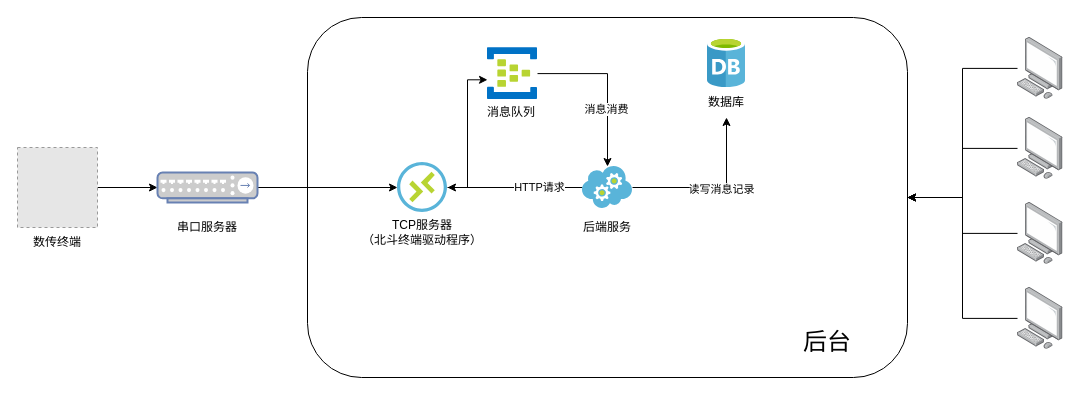
The draw.io diagram pages/北三双向通讯演示项目方案.drawio in D10NGYANG/draw.io, before the edit. Source tidied: cells renumbered, new cells numbered last; positions are measured from the earlier drawing's top-left corner, leaving out a move shared by most shapes. Both pictures are drawn from the tidied source at 100%, with x=0, y=0 at pixel (17, 17). Pictures stored in the file or linked from it are replaced by grey dashed boxes.
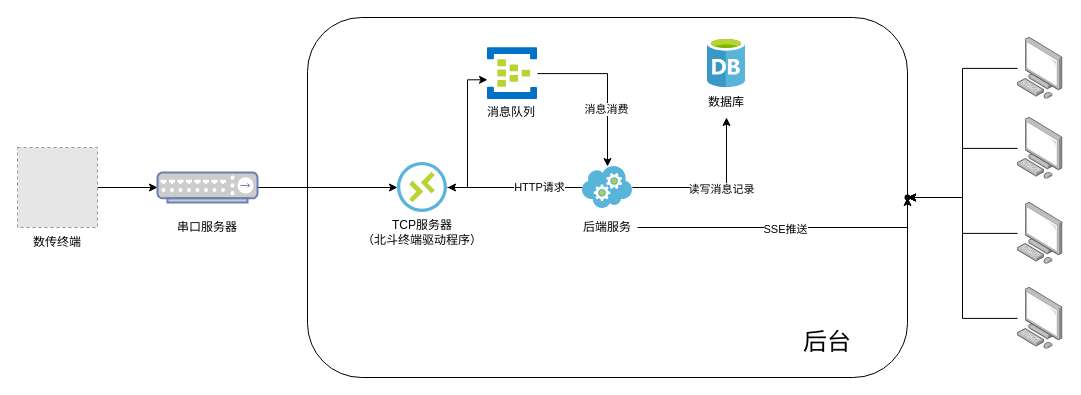
After the change.

Commit message:
更新北三双向通讯演示项目方案.drawio

Unchanged cells that the change refers to:
```xml
<mxCell id="32" value="后端服务" style="text;html=1;strokeColor=none;fillColor=none;align=center;verticalAlign=middle;whiteSpace=wrap;rounded=0;" parent="1" vertex="1">
  <mxGeometry x="560" y="195" width="60" height="30" as="geometry" />
</mxCell>
```

Diff of the diagram source:
```diff
@@
+    <mxCell id="33" style="edgeStyle=orthogonalEdgeStyle;rounded=0;jettySize=auto;html=1;" parent="1" edge="1" source="32" target="35">
+      <mxGeometry relative="1" as="geometry" />
+    </mxCell>
+    <mxCell id="34" value="SSE推送" style="edgeLabel;html=1;align=center;verticalAlign=middle;" parent="33" vertex="1">
+      <mxGeometry x="-0.02" y="-1" relative="1" as="geometry" />
+    </mxCell>
@@
+    <mxCell id="35" style="shape=waypoint;sketch=0;size=6;points=[];fillColor=none;perimeter=centerPerimeter;snapToPoint=1;" parent="1" vertex="1">
+      <mxGeometry x="880" y="170" width="20" height="20" as="geometry" />
+    </mxCell>
```
